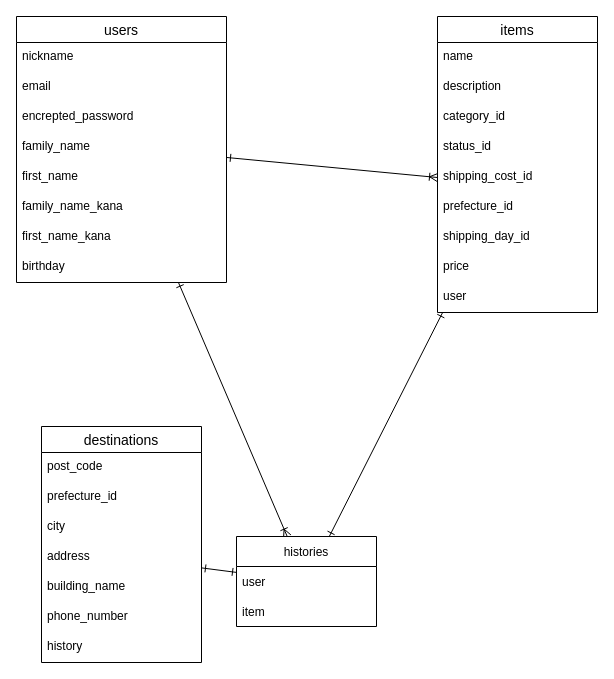
valuset3/furima-38021 keeps this draw.io diagram as ER.dio. Above is the earlier version. Source tidied: cells renumbered, new cells numbered last; positions are measured from the earlier drawing's top-left corner, leaving out a move shared by most shapes. Both pictures are drawn from the tidied source at 100%, with x=0, y=0 at pixel (16, 16).
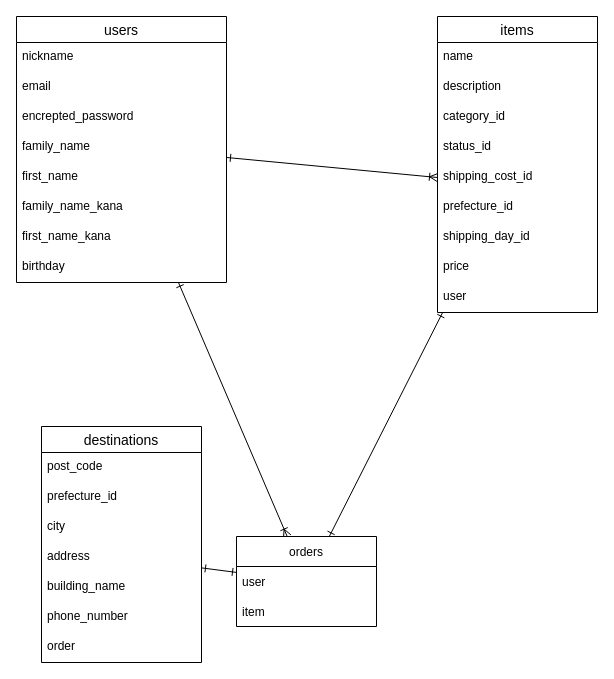
The same page after the edit.

The change refers to these unchanged cells:
```xml
<mxCell id="24" value="destinations" style="swimlane;fontStyle=0;horizontal=1;startSize=26;align=center;fontSize=14;" parent="1" vertex="1">
  <mxGeometry x="25" y="410" width="160" height="236" as="geometry" />
</mxCell>
```

Diff of the diagram source:
```diff
@@
-    <mxCell id="31" value="history" style="text;strokeColor=none;fillColor=none;spacingLeft=4;spacingRight=4;overflow=hidden;fontSize=12;" parent="24" vertex="1">
+    <mxCell id="31" value="order" style="text;strokeColor=none;fillColor=none;spacingLeft=4;spacingRight=4;overflow=hidden;fontSize=12;" parent="24" vertex="1">
       <mxGeometry y="206" width="160" height="30" as="geometry" />
     </mxCell>
-    <mxCell id="32" value="histories" style="swimlane;fontStyle=0;horizontal=1;startSize=30;" parent="1" vertex="1">
+    <mxCell id="32" value="orders" style="swimlane;fontStyle=0;horizontal=1;startSize=30;" parent="1" vertex="1">
       <mxGeometry x="220" y="520" width="140" height="90" as="geometry" />
     </mxCell>
```
